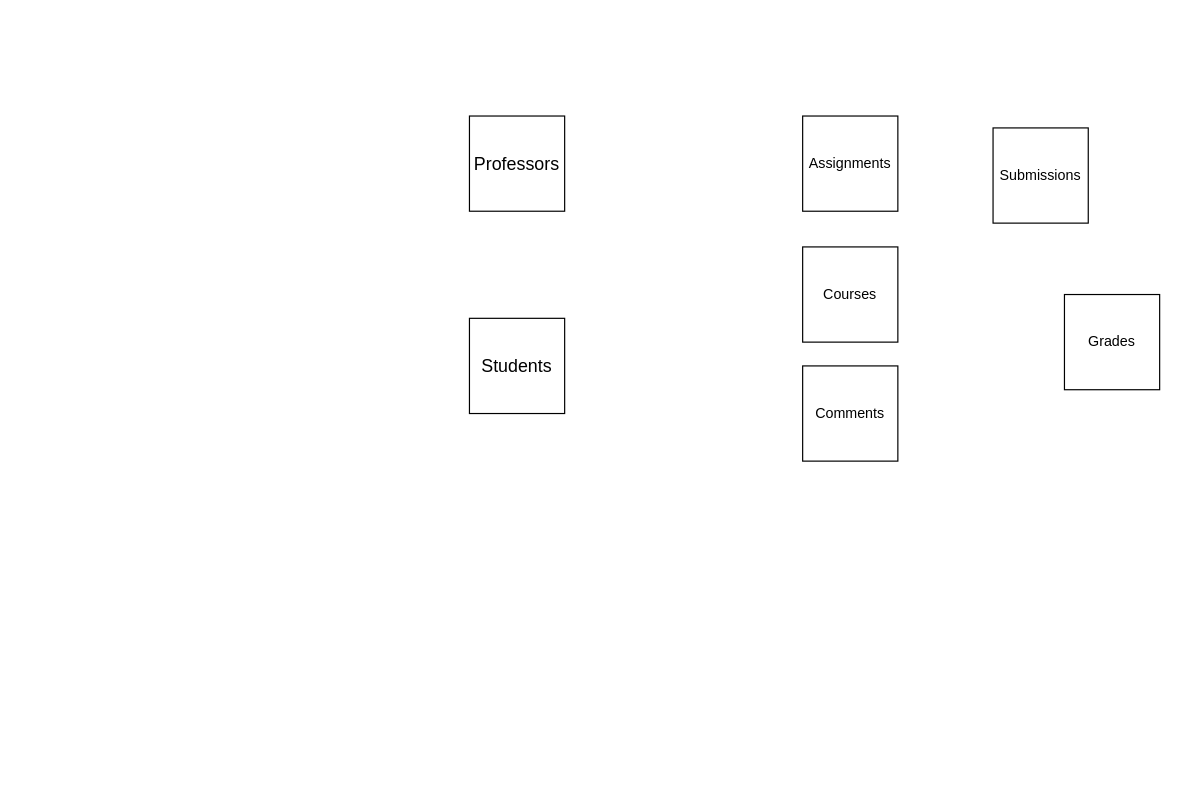
Earlier version of the draw.io diagram Untitled Diagram.drawio (Nimma-shravan-kumar-reddy/Database-Management). Source tidied: cells renumbered, new cells numbered last; positions are measured from the earlier drawing's top-left corner, leaving out a move shared by most shapes. Both pictures are drawn from the tidied source at 119%, with x=0, y=0 at pixel (469, 115).
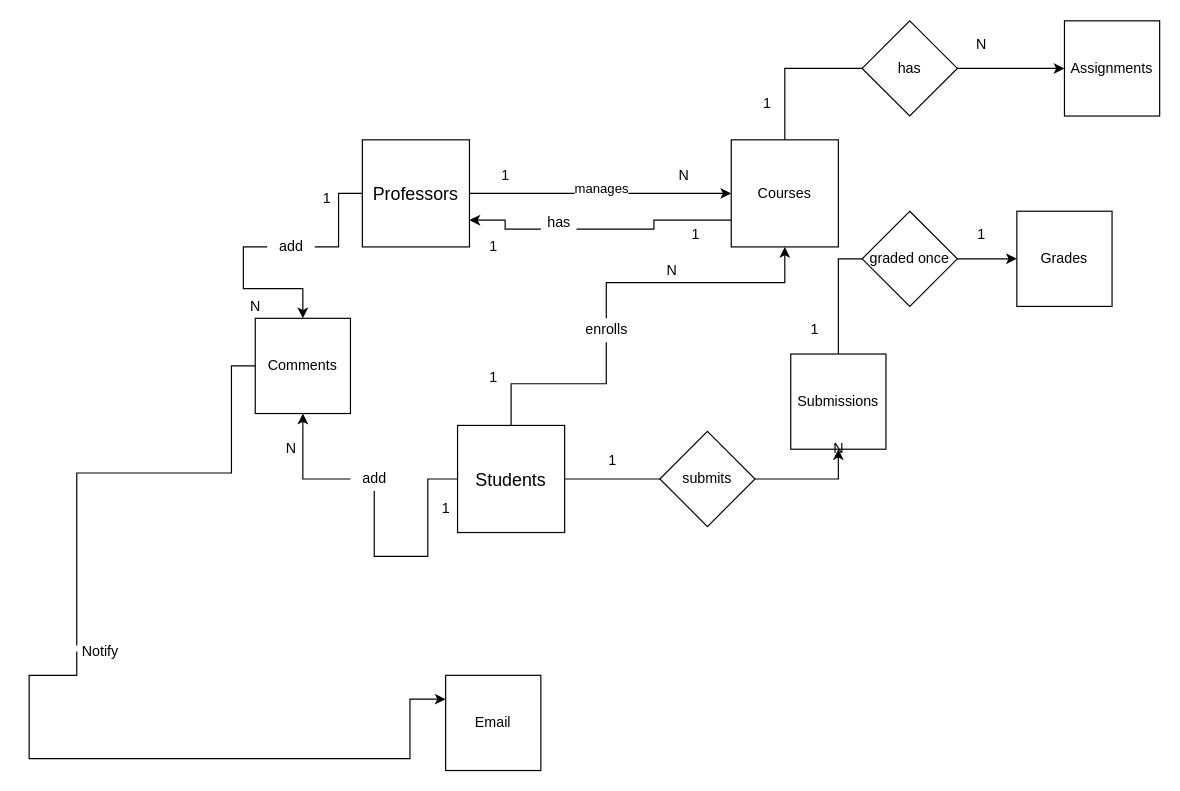
After the change.

Diff of the diagram source:
```diff
@@
+    <mxCell id="9" style="edgeStyle=orthogonalEdgeStyle;rounded=0;jettySize=auto;html=1;exitX=1;exitY=0.5;exitDx=0;exitDy=0;entryX=0;entryY=0.5;entryDx=0;entryDy=0;" parent="1" edge="1" source="2" target="4">
+      <mxGeometry relative="1" as="geometry" />
+    </mxCell>
+    <mxCell id="10" value="manages" style="edgeLabel;html=1;align=center;verticalAlign=middle;" parent="9" vertex="1">
+      <mxGeometry x="-0.14" y="-1" relative="1" as="geometry">
+        <mxPoint x="15" y="-6" as="offset" />
+      </mxGeometry>
+    </mxCell>
+    <mxCell id="11" style="edgeStyle=orthogonalEdgeStyle;rounded=0;jettySize=auto;html=1;exitX=0;exitY=0.5;exitDx=0;exitDy=0;startArrow=none;" parent="1" edge="1" source="41" target="8">
+      <mxGeometry relative="1" as="geometry" />
+    </mxCell>
     <mxCell id="2" value="&lt;font style=&quot;font-size: 15px&quot;&gt;Professors&lt;/font&gt;" style="whiteSpace=wrap;html=1;" parent="1" vertex="1">
-      <mxGeometry width="80" height="80" as="geometry" />
+      <mxGeometry x="-90" y="20" width="90" height="90" as="geometry" />
     </mxCell>
+    <mxCell id="12" style="edgeStyle=orthogonalEdgeStyle;rounded=0;jettySize=auto;html=1;exitX=0.5;exitY=0;exitDx=0;exitDy=0;entryX=0.5;entryY=1;entryDx=0;entryDy=0;startArrow=none;" parent="1" edge="1" source="24" target="4">
+      <mxGeometry relative="1" as="geometry" />
+    </mxCell>
+    <mxCell id="13" style="edgeStyle=orthogonalEdgeStyle;rounded=0;jettySize=auto;html=1;exitX=1;exitY=0.5;exitDx=0;exitDy=0;entryX=0.5;entryY=1;entryDx=0;entryDy=0;" parent="1" edge="1" source="3" target="7">
+      <mxGeometry relative="1" as="geometry" />
+    </mxCell>
+    <mxCell id="14" style="edgeStyle=orthogonalEdgeStyle;rounded=0;jettySize=auto;html=1;exitX=0;exitY=0.5;exitDx=0;exitDy=0;entryX=0.5;entryY=1;entryDx=0;entryDy=0;startArrow=none;" parent="1" edge="1" source="39" target="8">
+      <mxGeometry relative="1" as="geometry" />
+    </mxCell>
     <mxCell id="3" value="&lt;font style=&quot;font-size: 15px&quot;&gt;Students&lt;/font&gt;" style="whiteSpace=wrap;html=1;" parent="1" vertex="1">
-      <mxGeometry y="170" width="80" height="80" as="geometry" />
+      <mxGeometry x="-10" y="260" width="90" height="90" as="geometry" />
     </mxCell>
+    <mxCell id="15" style="edgeStyle=orthogonalEdgeStyle;rounded=0;jettySize=auto;html=1;exitX=0;exitY=0.75;exitDx=0;exitDy=0;entryX=1;entryY=0.75;entryDx=0;entryDy=0;startArrow=none;" parent="1" edge="1" source="26" target="2">
+      <mxGeometry relative="1" as="geometry" />
+    </mxCell>
+    <mxCell id="16" style="edgeStyle=orthogonalEdgeStyle;rounded=0;jettySize=auto;html=1;exitX=0.5;exitY=0;exitDx=0;exitDy=0;entryX=0;entryY=0.5;entryDx=0;entryDy=0;" parent="1" edge="1" source="4" target="5">
+      <mxGeometry relative="1" as="geometry">
+        <Array as="points">
+          <mxPoint x="265" y="-40" />
+        </Array>
+      </mxGeometry>
+    </mxCell>
     <mxCell id="4" value="Courses" style="whiteSpace=wrap;html=1;" parent="1" vertex="1">
-      <mxGeometry x="280" y="110" width="80" height="80" as="geometry" />
+      <mxGeometry x="220" y="20" width="90" height="90" as="geometry" />
     </mxCell>
     <mxCell id="5" value="Assignments" style="whiteSpace=wrap;html=1;" parent="1" vertex="1">
-      <mxGeometry x="280" width="80" height="80" as="geometry" />
+      <mxGeometry x="500" y="-80" width="80" height="80" as="geometry" />
     </mxCell>
     <mxCell id="6" value="Grades" style="whiteSpace=wrap;html=1;" parent="1" vertex="1">
-      <mxGeometry x="500" y="150" width="80" height="80" as="geometry" />
+      <mxGeometry x="460" y="80" width="80" height="80" as="geometry" />
     </mxCell>
+    <mxCell id="17" style="edgeStyle=orthogonalEdgeStyle;rounded=0;jettySize=auto;html=1;exitX=0.5;exitY=0;exitDx=0;exitDy=0;entryX=0;entryY=0.5;entryDx=0;entryDy=0;" parent="1" edge="1" source="7" target="6">
+      <mxGeometry relative="1" as="geometry">
+        <Array as="points">
+          <mxPoint x="330" y="120" />
+          <mxPoint x="440" y="120" />
+        </Array>
+      </mxGeometry>
+    </mxCell>
     <mxCell id="7" value="Submissions" style="whiteSpace=wrap;html=1;" parent="1" vertex="1">
-      <mxGeometry x="440" y="10" width="80" height="80" as="geometry" />
+      <mxGeometry x="270" y="200" width="80" height="80" as="geometry" />
     </mxCell>
+    <mxCell id="18" style="edgeStyle=orthogonalEdgeStyle;rounded=0;jettySize=auto;html=1;exitX=0;exitY=0.5;exitDx=0;exitDy=0;entryX=0;entryY=0.25;entryDx=0;entryDy=0;startArrow=none;" parent="1" edge="1" source="47" target="19">
+      <mxGeometry relative="1" as="geometry">
+        <Array as="points">
+          <mxPoint x="-330" y="470" />
+          <mxPoint x="-370" y="470" />
+          <mxPoint x="-370" y="540" />
+          <mxPoint x="-50" y="540" />
+        </Array>
+      </mxGeometry>
+    </mxCell>
     <mxCell id="8" value="Comments" style="whiteSpace=wrap;html=1;" parent="1" vertex="1">
-      <mxGeometry x="280" y="210" width="80" height="80" as="geometry" />
+      <mxGeometry x="-180" y="170" width="80" height="80" as="geometry" />
     </mxCell>
+    <mxCell id="19" value="Email" style="whiteSpace=wrap;html=1;" parent="1" vertex="1">
+      <mxGeometry x="-20" y="470" width="80" height="80" as="geometry" />
+    </mxCell>
+    <mxCell id="20" value="1" style="text;html=1;align=center;verticalAlign=middle;strokeColor=none;fillColor=none;" parent="1" vertex="1">
+      <mxGeometry x="20" y="40" width="20" height="20" as="geometry" />
+    </mxCell>
+    <mxCell id="21" value="N" style="text;html=1;align=center;verticalAlign=middle;strokeColor=none;fillColor=none;" parent="1" vertex="1">
+      <mxGeometry x="170" y="40" width="20" height="20" as="geometry" />
+    </mxCell>
+    <mxCell id="22" value="1" style="text;html=1;align=center;verticalAlign=middle;strokeColor=none;fillColor=none;" parent="1" vertex="1">
+      <mxGeometry x="10" y="210" width="20" height="20" as="geometry" />
+    </mxCell>
+    <mxCell id="23" value="N" style="text;html=1;align=center;verticalAlign=middle;strokeColor=none;fillColor=none;" parent="1" vertex="1">
+      <mxGeometry x="160" y="120" width="20" height="20" as="geometry" />
+    </mxCell>
+    <mxCell id="24" value="enrolls" style="text;html=1;align=center;verticalAlign=middle;points=[];strokeColor=none;fillColor=none;" parent="1" vertex="1">
+      <mxGeometry x="90" y="170" width="50" height="20" as="geometry" />
+    </mxCell>
+    <mxCell id="25" style="edgeStyle=orthogonalEdgeStyle;rounded=0;jettySize=auto;html=1;exitX=0.5;exitY=0;exitDx=0;exitDy=0;entryX=0.5;entryY=1;entryDx=0;entryDy=0;endArrow=none;" parent="1" edge="1" source="3" target="24">
+      <mxGeometry relative="1" as="geometry" />
+    </mxCell>
+    <mxCell id="26" value="has" style="text;html=1;align=center;verticalAlign=middle;points=[];strokeColor=none;fillColor=none;" parent="1" vertex="1">
+      <mxGeometry x="60" y="80" width="30" height="20" as="geometry" />
+    </mxCell>
+    <mxCell id="27" style="edgeStyle=orthogonalEdgeStyle;rounded=0;jettySize=auto;html=1;entryX=1;entryY=0.75;entryDx=0;entryDy=0;endArrow=none;exitX=0;exitY=0.75;exitDx=0;exitDy=0;" parent="1" edge="1" source="4" target="26">
+      <mxGeometry relative="1" as="geometry" />
+    </mxCell>
+    <mxCell id="28" value="1" style="text;html=1;align=center;verticalAlign=middle;strokeColor=none;fillColor=none;" parent="1" vertex="1">
+      <mxGeometry x="180" y="90" width="20" height="20" as="geometry" />
+    </mxCell>
+    <mxCell id="29" value="1" style="text;html=1;align=center;verticalAlign=middle;strokeColor=none;fillColor=none;" parent="1" vertex="1">
+      <mxGeometry x="10" y="100" width="20" height="20" as="geometry" />
+    </mxCell>
+    <mxCell id="30" value="1" style="text;html=1;align=center;verticalAlign=middle;strokeColor=none;fillColor=none;" parent="1" vertex="1">
+      <mxGeometry x="240" y="-20" width="20" height="20" as="geometry" />
+    </mxCell>
+    <mxCell id="31" value="N" style="text;html=1;align=center;verticalAlign=middle;strokeColor=none;fillColor=none;" parent="1" vertex="1">
+      <mxGeometry x="420" y="-70" width="20" height="20" as="geometry" />
+    </mxCell>
+    <mxCell id="32" value="has" style="rhombus;whiteSpace=wrap;html=1;" parent="1" vertex="1">
+      <mxGeometry x="330" y="-80" width="80" height="80" as="geometry" />
+    </mxCell>
+    <mxCell id="33" value="submits" style="rhombus;whiteSpace=wrap;html=1;" parent="1" vertex="1">
+      <mxGeometry x="160" y="265" width="80" height="80" as="geometry" />
+    </mxCell>
+    <mxCell id="34" value="1" style="text;html=1;align=center;verticalAlign=middle;strokeColor=none;fillColor=none;" parent="1" vertex="1">
+      <mxGeometry x="110" y="280" width="20" height="20" as="geometry" />
+    </mxCell>
+    <mxCell id="35" value="N" style="text;html=1;align=center;verticalAlign=middle;strokeColor=none;fillColor=none;" parent="1" vertex="1">
+      <mxGeometry x="300" y="270" width="20" height="20" as="geometry" />
+    </mxCell>
+    <mxCell id="36" value="graded once" style="rhombus;whiteSpace=wrap;html=1;" parent="1" vertex="1">
+      <mxGeometry x="330" y="80" width="80" height="80" as="geometry" />
+    </mxCell>
+    <mxCell id="37" value="1" style="text;html=1;align=center;verticalAlign=middle;strokeColor=none;fillColor=none;" parent="1" vertex="1">
+      <mxGeometry x="280" y="170" width="20" height="20" as="geometry" />
+    </mxCell>
+    <mxCell id="38" value="1" style="text;html=1;align=center;verticalAlign=middle;strokeColor=none;fillColor=none;" parent="1" vertex="1">
+      <mxGeometry x="420" y="90" width="20" height="20" as="geometry" />
+    </mxCell>
+    <mxCell id="39" value="add" style="text;html=1;align=center;verticalAlign=middle;points=[];strokeColor=none;fillColor=none;" parent="1" vertex="1">
+      <mxGeometry x="-100" y="295" width="40" height="20" as="geometry" />
+    </mxCell>
+    <mxCell id="40" style="edgeStyle=orthogonalEdgeStyle;rounded=0;jettySize=auto;html=1;exitX=0;exitY=0.5;exitDx=0;exitDy=0;entryX=0.5;entryY=1;entryDx=0;entryDy=0;endArrow=none;" parent="1" edge="1" source="3" target="39">
+      <mxGeometry relative="1" as="geometry" />
+    </mxCell>
+    <mxCell id="41" value="add" style="text;html=1;align=center;verticalAlign=middle;points=[];strokeColor=none;fillColor=none;" parent="1" vertex="1">
+      <mxGeometry x="-170" y="100" width="40" height="20" as="geometry" />
+    </mxCell>
+    <mxCell id="42" style="edgeStyle=orthogonalEdgeStyle;rounded=0;jettySize=auto;html=1;exitX=0;exitY=0.5;exitDx=0;exitDy=0;endArrow=none;" parent="1" edge="1" source="2" target="41">
+      <mxGeometry relative="1" as="geometry" />
+    </mxCell>
+    <mxCell id="43" value="1" style="text;html=1;align=center;verticalAlign=middle;strokeColor=none;fillColor=none;" parent="1" vertex="1">
+      <mxGeometry x="-130" y="60" width="20" height="20" as="geometry" />
+    </mxCell>
+    <mxCell id="44" value="N" style="text;html=1;align=center;verticalAlign=middle;strokeColor=none;fillColor=none;" parent="1" vertex="1">
+      <mxGeometry x="-190" y="150" width="20" height="20" as="geometry" />
+    </mxCell>
+    <mxCell id="45" value="1" style="text;html=1;align=center;verticalAlign=middle;strokeColor=none;fillColor=none;" parent="1" vertex="1">
+      <mxGeometry x="-30" y="320" width="20" height="20" as="geometry" />
+    </mxCell>
+    <mxCell id="46" value="N" style="text;html=1;align=center;verticalAlign=middle;strokeColor=none;fillColor=none;" parent="1" vertex="1">
+      <mxGeometry x="-160" y="270" width="20" height="20" as="geometry" />
+    </mxCell>
+    <mxCell id="47" value="Notify" style="text;html=1;strokeColor=none;fillColor=none;align=center;verticalAlign=middle;whiteSpace=wrap;rounded=0;" parent="1" vertex="1">
+      <mxGeometry x="-330" y="440" width="40" height="20" as="geometry" />
+    </mxCell>
+    <mxCell id="48" style="edgeStyle=orthogonalEdgeStyle;rounded=0;jettySize=auto;html=1;exitX=0;exitY=0.5;exitDx=0;exitDy=0;entryX=0;entryY=0.25;entryDx=0;entryDy=0;endArrow=none;" parent="1" edge="1" source="8" target="47">
+      <mxGeometry relative="1" as="geometry">
+        <Array as="points">
+          <mxPoint x="-200" y="210" />
+          <mxPoint x="-200" y="300" />
+          <mxPoint x="-330" y="300" />
+        </Array>
+      </mxGeometry>
+    </mxCell>
```
